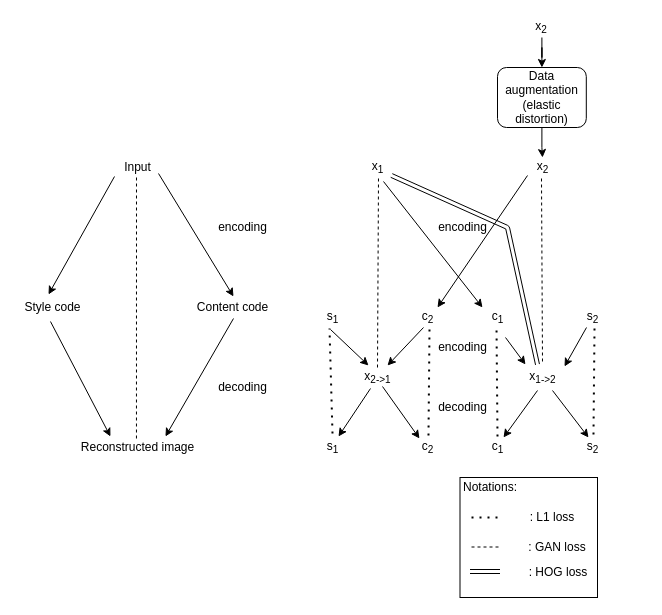
chickenfingerwu/thesis keeps this draw.io diagram as images/model-overview.drawio. Above is the earlier version. Source tidied: cells renumbered, new cells numbered last; positions are measured from the earlier drawing's top-left corner, leaving out a move shared by most shapes. Both pictures are drawn from the tidied source at 100%, with x=0, y=0 at pixel (17, 17).
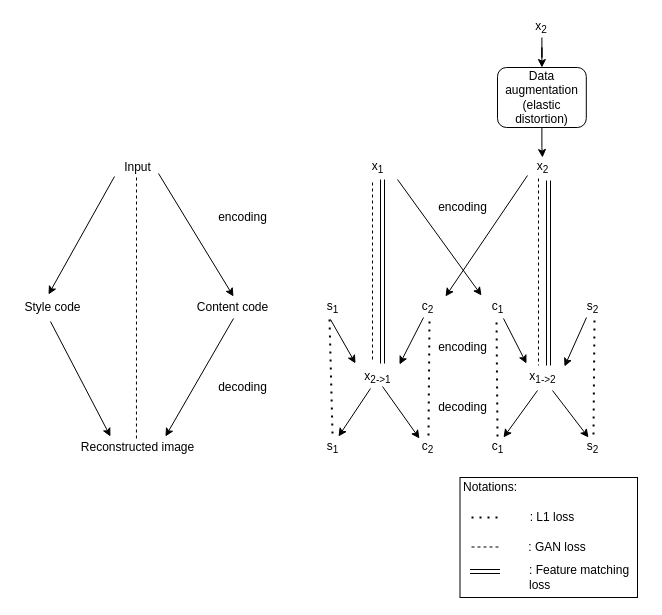
Above is the later version.

Unchanged cells that the change refers to:
```xml
<mxCell id="11" value="x&lt;sub&gt;1&lt;/sub&gt;" style="text;html=1;align=center;verticalAlign=middle;points=[];strokeColor=none;" parent="1" vertex="1">
  <mxGeometry x="345" y="140" width="30" height="20" as="geometry" />
</mxCell>
<mxCell id="14" value="x&lt;sub&gt;2-&amp;gt;1&lt;/sub&gt;" style="text;html=1;align=center;verticalAlign=middle;points=[];strokeColor=none;" parent="1" vertex="1">
  <mxGeometry x="340" y="350" width="40" height="20" as="geometry" />
</mxCell>
<mxCell id="17" value="x&lt;sub&gt;2&lt;/sub&gt;" style="text;html=1;align=center;verticalAlign=middle;points=[];strokeColor=none;" parent="1" vertex="1">
  <mxGeometry x="510" y="140" width="30" height="20" as="geometry" />
</mxCell>
<mxCell id="20" value="x&lt;sub&gt;1-&amp;gt;2&lt;/sub&gt;" style="text;html=1;align=center;verticalAlign=middle;points=[];strokeColor=none;" parent="1" vertex="1">
  <mxGeometry x="505" y="350" width="40" height="20" as="geometry" />
</mxCell>
```

What changed in the source:
```diff
@@
     <mxCell id="12" value="s&lt;sub&gt;1&lt;/sub&gt;" style="text;html=1;align=center;verticalAlign=middle;points=[];strokeColor=none;" parent="1" vertex="1">
-      <mxGeometry x="300" y="290" width="30" height="20" as="geometry" />
+      <mxGeometry x="300" y="280" width="30" height="20" as="geometry" />
     </mxCell>
     <mxCell id="13" value="c&lt;sub&gt;2&lt;/sub&gt;" style="text;html=1;align=center;verticalAlign=middle;points=[];strokeColor=none;" parent="1" vertex="1">
-      <mxGeometry x="395" y="290" width="30" height="20" as="geometry" />
+      <mxGeometry x="395" y="280" width="30" height="20" as="geometry" />
     </mxCell>
@@
     <mxCell id="18" value="c&lt;sub&gt;1&lt;/sub&gt;" style="text;html=1;align=center;verticalAlign=middle;points=[];strokeColor=none;" parent="1" vertex="1">
-      <mxGeometry x="465" y="290" width="30" height="20" as="geometry" />
+      <mxGeometry x="465" y="280" width="30" height="20" as="geometry" />
     </mxCell>
     <mxCell id="19" value="s&lt;sub&gt;2&lt;/sub&gt;" style="text;html=1;align=center;verticalAlign=middle;points=[];strokeColor=none;" parent="1" vertex="1">
-      <mxGeometry x="560" y="290" width="30" height="20" as="geometry" />
+      <mxGeometry x="560" y="280" width="30" height="20" as="geometry" />
     </mxCell>
@@
     <mxCell id="23" style="endArrow=classic;html=1;exitX=0;exitY=0.9;exitDx=0;exitDy=0;exitPerimeter=0;" parent="1" edge="1" source="17">
       <mxGeometry relative="1" as="geometry">
-        <mxPoint x="420" y="290" as="targetPoint" />
+        <mxPoint x="428" y="279" as="targetPoint" />
       </mxGeometry>
     </mxCell>
-    <mxCell id="24" style="endArrow=classic;html=1;exitX=0.367;exitY=1;exitDx=0;exitDy=0;exitPerimeter=0;entryX=0.75;entryY=-0.1;entryDx=0;entryDy=0;entryPerimeter=0;" parent="1" edge="1" source="13" target="14">
+    <mxCell id="24" style="endArrow=classic;html=1;exitX=0.367;exitY=1;exitDx=0;exitDy=0;exitPerimeter=0;entryX=1.05;entryY=-0.15;entryDx=0;entryDy=0;entryPerimeter=0;" parent="1" edge="1" source="13" target="14">
       <mxGeometry relative="1" as="geometry" />
     </mxCell>
-    <mxCell id="25" style="endArrow=none;dashed=1;html=1;exitX=0.467;exitY=1.05;exitDx=0;exitDy=0;exitPerimeter=0;" parent="1" edge="1" source="17">
+    <mxCell id="25" style="endArrow=none;dashed=1;html=1;entryX=0.3;entryY=-0.1;entryDx=0;entryDy=0;entryPerimeter=0;" parent="1" edge="1">
       <mxGeometry relative="1" as="geometry">
-        <mxPoint x="525" y="346" as="targetPoint" />
+        <mxPoint x="521" y="161" as="sourcePoint" />
+        <mxPoint x="521" y="348" as="targetPoint" />
       </mxGeometry>
     </mxCell>
-    <mxCell id="26" style="endArrow=classic;html=1;exitX=0.433;exitY=1.1;exitDx=0;exitDy=0;exitPerimeter=0;entryX=0.275;entryY=-0.1;entryDx=0;entryDy=0;entryPerimeter=0;" parent="1" edge="1" source="12" target="14">
+    <mxCell id="26" style="endArrow=classic;html=1;exitX=0.433;exitY=1.1;exitDx=0;exitDy=0;exitPerimeter=0;entryX=-0.05;entryY=-0.2;entryDx=0;entryDy=0;entryPerimeter=0;" parent="1" edge="1" source="12" target="14">
       <mxGeometry relative="1" as="geometry" />
     </mxCell>
@@
-    <mxCell id="29" style="endArrow=classic;html=1;exitX=0.7;exitY=1.2;exitDx=0;exitDy=0;exitPerimeter=0;entryX=0;entryY=0;entryDx=0;entryDy=0;entryPerimeter=0;" parent="1" edge="1" source="11" target="18">
+    <mxCell id="29" style="endArrow=classic;html=1;exitX=1.167;exitY=1.1;exitDx=0;exitDy=0;exitPerimeter=0;entryX=-0.033;entryY=-0.1;entryDx=0;entryDy=0;entryPerimeter=0;" parent="1" edge="1" source="11" target="18">
       <mxGeometry relative="1" as="geometry" />
     </mxCell>
-    <mxCell id="30" style="endArrow=classic;html=1;entryX=0.075;entryY=-0.15;entryDx=0;entryDy=0;entryPerimeter=0;" parent="1" edge="1" target="20">
-      <mxGeometry relative="1" as="geometry">
-        <mxPoint x="488" y="320" as="sourcePoint" />
-      </mxGeometry>
+    <mxCell id="30" style="endArrow=classic;html=1;entryX=0.1;entryY=-0.2;entryDx=0;entryDy=0;entryPerimeter=0;exitX=0.7;exitY=1.05;exitDx=0;exitDy=0;exitPerimeter=0;" parent="1" edge="1" source="18" target="20">
+      <mxGeometry relative="1" as="geometry" />
     </mxCell>
-    <mxCell id="31" style="endArrow=classic;html=1;exitX=0.3;exitY=1;exitDx=0;exitDy=0;exitPerimeter=0;entryX=1.05;entryY=-0.05;entryDx=0;entryDy=0;entryPerimeter=0;" parent="1" edge="1" source="19" target="20">
-      <mxGeometry relative="1" as="geometry" />
+    <mxCell id="31" style="endArrow=classic;html=1;exitX=0.3;exitY=1;exitDx=0;exitDy=0;exitPerimeter=0;" parent="1" edge="1" source="19">
+      <mxGeometry relative="1" as="geometry">
+        <mxPoint x="547" y="349" as="targetPoint" />
+      </mxGeometry>
     </mxCell>
@@
     <mxCell id="38" value="encoding" style="text;html=1;align=center;verticalAlign=middle;strokeColor=none;" parent="1" vertex="1">
-      <mxGeometry x="190" y="200" width="70" height="20" as="geometry" />
+      <mxGeometry x="190" y="190" width="70" height="20" as="geometry" />
     </mxCell>
@@
     <mxCell id="40" value="encoding" style="text;html=1;align=center;verticalAlign=middle;strokeColor=none;" parent="1" vertex="1">
-      <mxGeometry x="410" y="200" width="70" height="20" as="geometry" />
+      <mxGeometry x="410" y="180" width="70" height="20" as="geometry" />
     </mxCell>
@@
     <mxCell id="43" style="rounded=0;whiteSpace=wrap;html=1;" parent="1" vertex="1">
-      <mxGeometry x="442.5" y="460" width="137.5" height="120" as="geometry" />
+      <mxGeometry x="442.5" y="460" width="177.5" height="120" as="geometry" />
     </mxCell>
@@
-    <mxCell id="51" style="endArrow=none;dashed=1;html=1;entryX=0.533;entryY=1;entryDx=0;entryDy=0;entryPerimeter=0;" parent="1" edge="1" target="11">
+    <mxCell id="51" style="endArrow=none;dashed=1;html=1;" parent="1" edge="1">
       <mxGeometry relative="1" as="geometry">
-        <mxPoint x="360" y="350" as="sourcePoint" />
+        <mxPoint x="355" y="342" as="sourcePoint" />
+        <mxPoint x="355" y="164" as="targetPoint" />
       </mxGeometry>
     </mxCell>
@@
-    <mxCell id="54" style="shape=link;html=1;exitX=0.967;exitY=0.9;exitDx=0;exitDy=0;exitPerimeter=0;" parent="1" edge="1" source="11">
-      <mxGeometry relative="1" as="geometry">
-        <mxPoint x="520" y="347" as="targetPoint" />
-        <Array as="points">
-          <mxPoint x="490" y="210" />
-        </Array>
-      </mxGeometry>
+    <mxCell id="54" style="shape=link;html=1;exitX=0.7;exitY=1.15;exitDx=0;exitDy=0;exitPerimeter=0;entryX=0.65;entryY=-0.1;entryDx=0;entryDy=0;entryPerimeter=0;" parent="1" edge="1" source="17" target="20">
+      <mxGeometry relative="1" as="geometry" />
     </mxCell>
@@
-    <mxCell id="56" value=": HOG loss" style="text;html=1;strokeColor=none;fillColor=none;align=center;verticalAlign=middle;whiteSpace=wrap;rounded=0;" parent="1" vertex="1">
-      <mxGeometry x="501" y="545" width="80" height="20" as="geometry" />
+    <mxCell id="56" value="&lt;div align=&quot;left&quot;&gt;: Feature matching loss&lt;/div&gt;" style="text;html=1;strokeColor=none;fillColor=none;align=left;verticalAlign=middle;whiteSpace=wrap;rounded=0;" parent="1" vertex="1">
+      <mxGeometry x="510" y="550" width="117.5" height="20" as="geometry" />
     </mxCell>
+    <mxCell id="57" style="shape=link;html=1;exitX=0.667;exitY=1.1;exitDx=0;exitDy=0;exitPerimeter=0;" parent="1" edge="1" source="11">
+      <mxGeometry relative="1" as="geometry">
+        <mxPoint x="365" y="346" as="targetPoint" />
+      </mxGeometry>
+    </mxCell>
```
